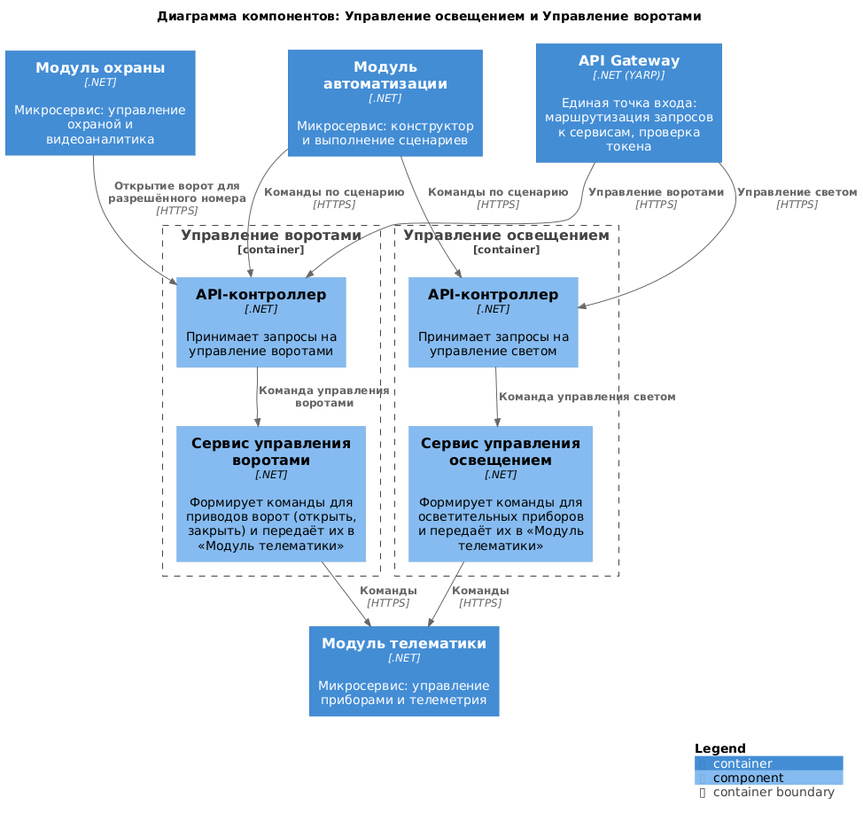
Before: diagrams/components/lighting-gate.png, a diagram exported from PlantUML (Lyamin-av/architecture-warmhouse).
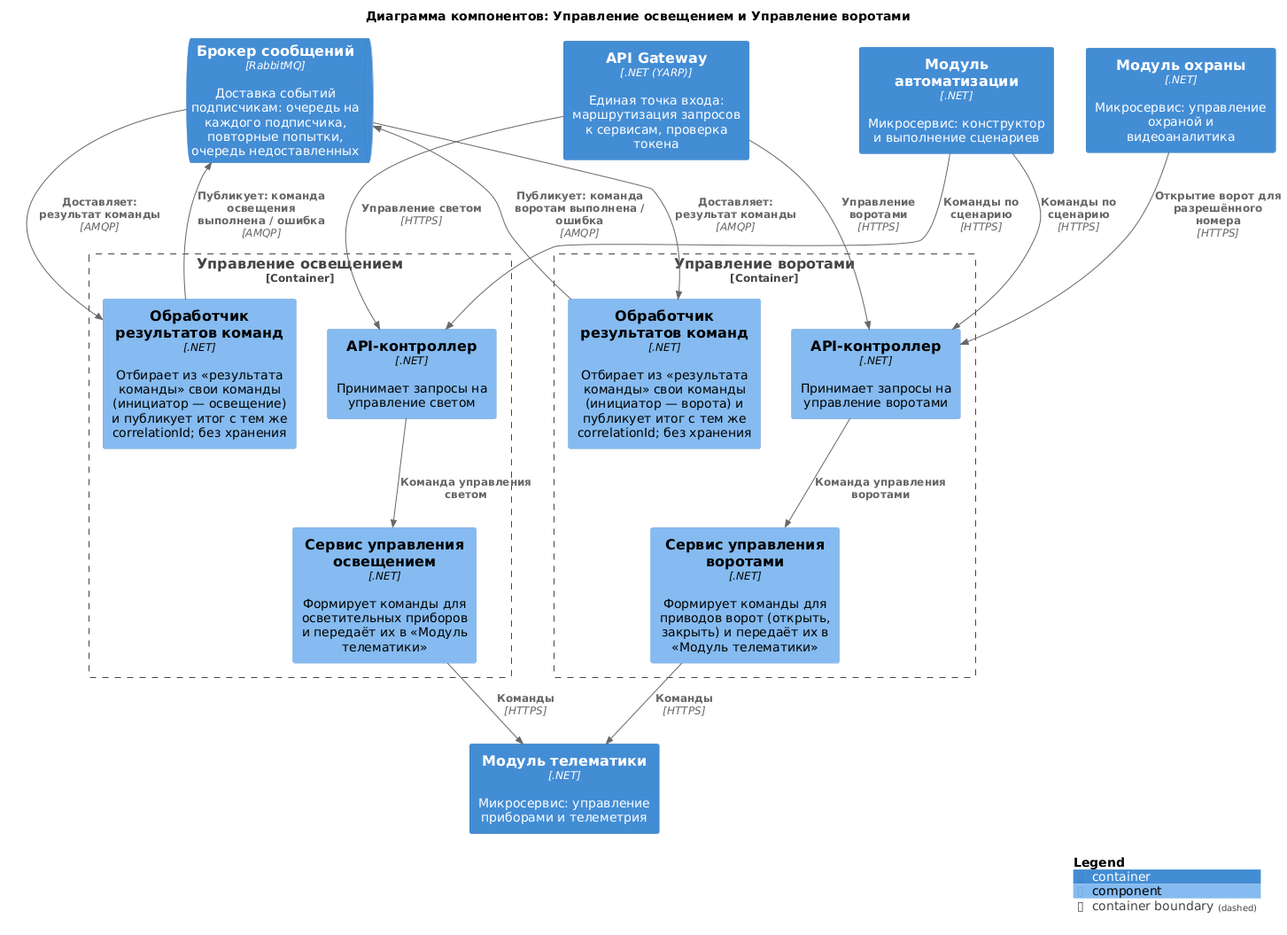
The same diagram one commit later.

Diff of the diagram source:
```diff
@@ -6,28 +6,35 @@
 Container(Gateway, "API Gateway", ".NET (YARP)", "Единая точка входа: маршрутизация запросов к сервисам, проверка токена")
 Container(Automation, "Модуль автоматизации", ".NET", "Микросервис: конструктор и выполнение сценариев")
 Container(Security, "Модуль охраны", ".NET", "Микросервис: управление охраной и видеоаналитика")
+ContainerQueue(Broker, "Брокер сообщений", "RabbitMQ", "Доставка событий подписчикам: очередь на каждого подписчика, повторные попытки, очередь недоставленных")
 Container(Telematics, "Модуль телематики", ".NET", "Микросервис: управление приборами и телеметрия")
 
 Container_Boundary(Lighting, "Управление освещением") {
     Component(lApi, "API-контроллер", ".NET", "Принимает запросы на управление светом")
     Component(lService, "Сервис управления освещением", ".NET", "Формирует команды для осветительных приборов и передаёт их в «Модуль телематики»")
+    Component(lResults, "Обработчик результатов команд", ".NET", "Отбирает из «результата команды» свои команды (инициатор — освещение) и публикует итог с тем же correlationId; без хранения")
 }
 
 Container_Boundary(GateControl, "Управление воротами") {
     Component(gApi, "API-контроллер", ".NET", "Принимает запросы на управление воротами")
     Component(gService, "Сервис управления воротами", ".NET", "Формирует команды для приводов ворот (открыть, закрыть) и передаёт их в «Модуль телематики»")
+    Component(gResults, "Обработчик результатов команд", ".NET", "Отбирает из «результата команды» свои команды (инициатор — ворота) и публикует итог с тем же correlationId; без хранения")
 }
 
 Rel(Gateway, lApi, "Управление светом", "HTTPS")
 Rel(Automation, lApi, "Команды по сценарию", "HTTPS")
 Rel(lApi, lService, "Команда управления светом")
 Rel(lService, Telematics, "Команды", "HTTPS")
+Rel(Broker, lResults, "Доставляет: результат команды", "AMQP")
+Rel(lResults, Broker, "Публикует: команда освещения выполнена / ошибка", "AMQP")
 
 Rel(Gateway, gApi, "Управление воротами", "HTTPS")
 Rel(Automation, gApi, "Команды по сценарию", "HTTPS")
 Rel(Security, gApi, "Открытие ворот для разрешённого номера", "HTTPS")
 Rel(gApi, gService, "Команда управления воротами")
 Rel(gService, Telematics, "Команды", "HTTPS")
+Rel(Broker, gResults, "Доставляет: результат команды", "AMQP")
+Rel(gResults, Broker, "Публикует: команда воротам выполнена / ошибка", "AMQP")
 
 SHOW_LEGEND()
 @enduml
```
